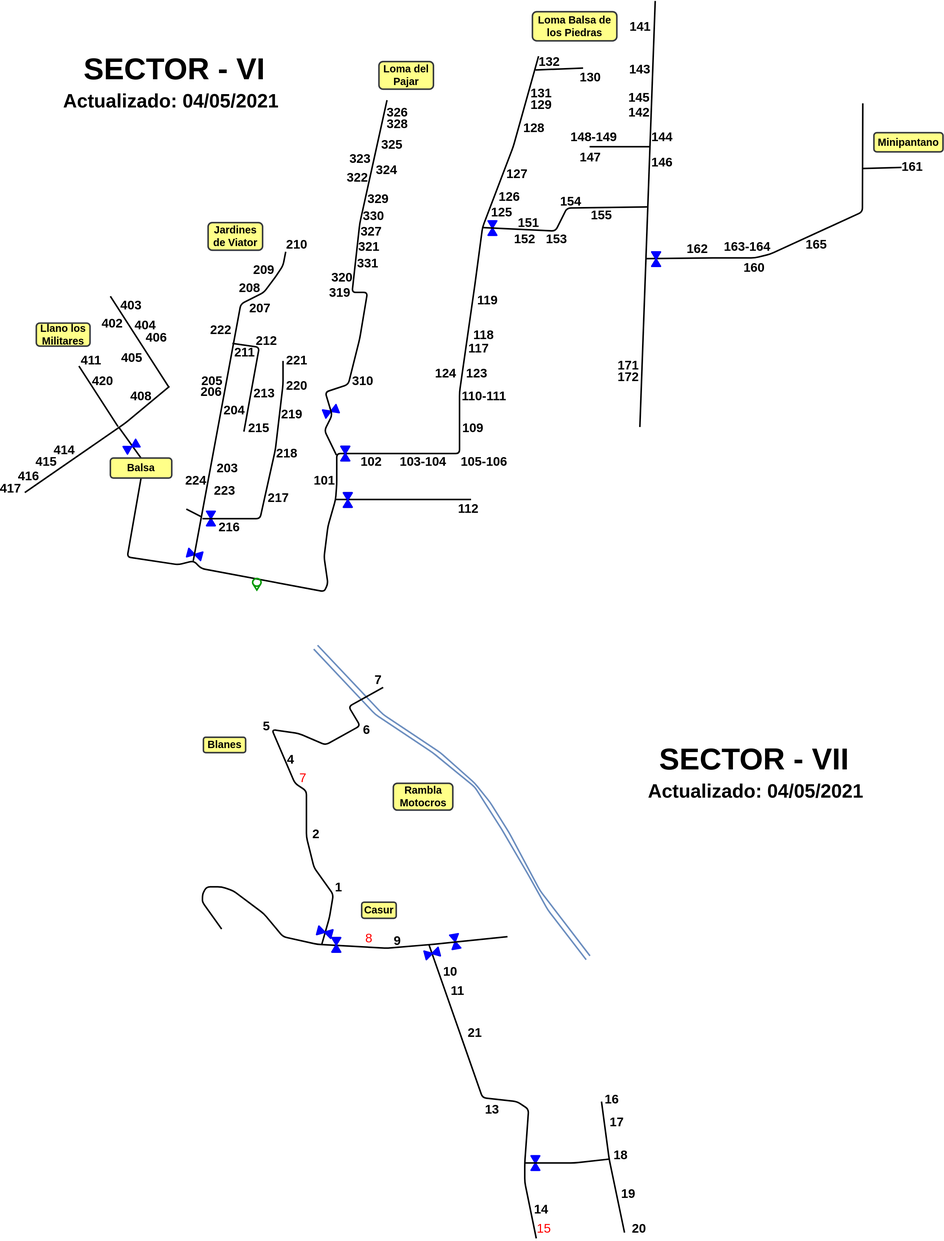
cr4vegas-team/doc-cr4vegas-planos keeps this draw.io diagram as planos-actualizados/plano_VI_VII.svg. Above is the earlier version. Source tidied: cells renumbered, new cells last; positions are measured from the earlier drawing's top-left corner, leaving out a move shared by most shapes.
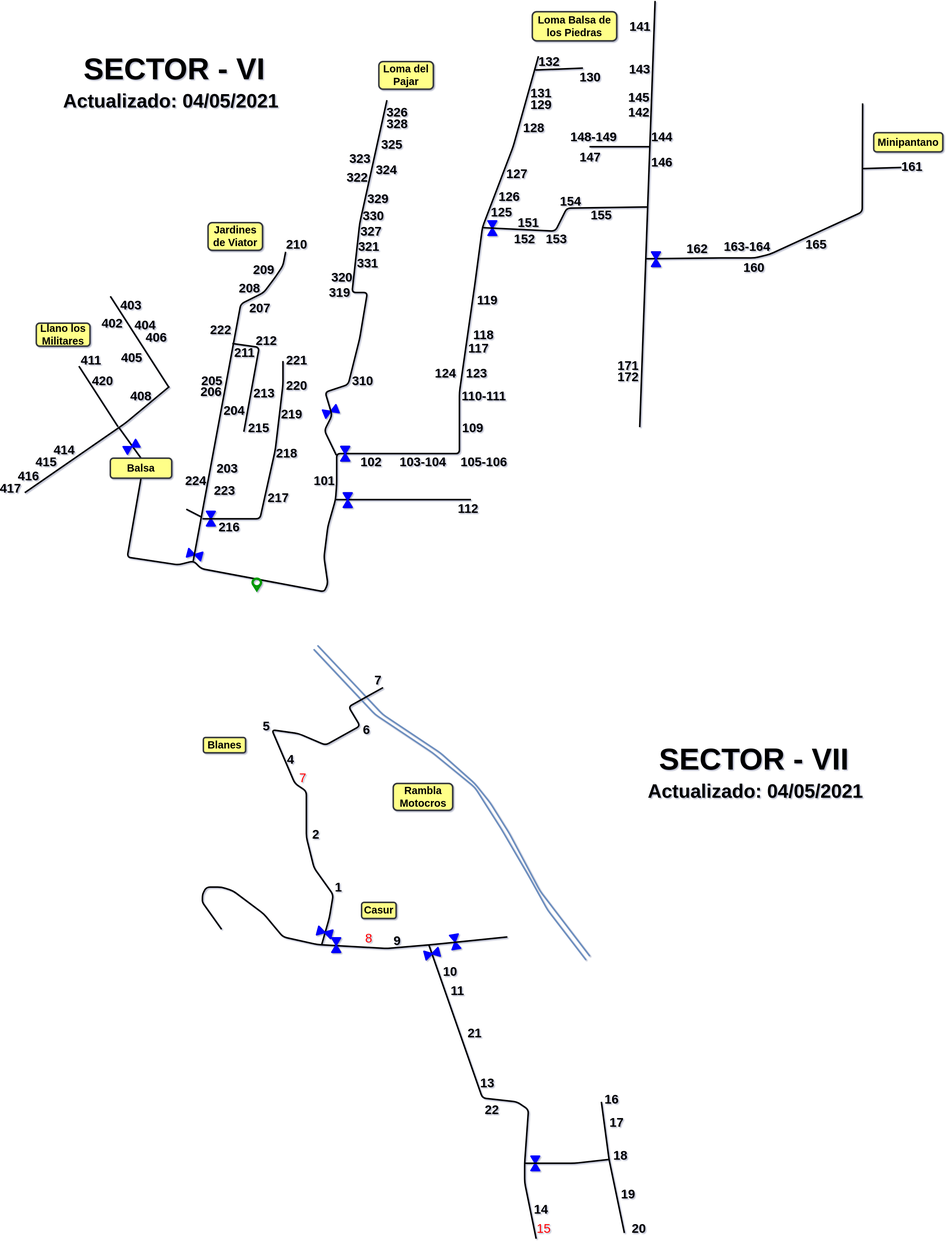
The same file after the commit.

Change to the diagram source:
```diff
@@ -1,4 +1,4 @@
-<mxGraphModel>
+<mxGraphModel shadow="1">
   <root>
     <mxCell id="0" />
     <mxCell id="1" parent="0" />
@@ -578,7 +578,7 @@
     <mxCell id="134" value="16" style="text;html=1;strokeColor=none;fillColor=none;align=center;verticalAlign=middle;whiteSpace=wrap;rounded=0;fontSize=33;fontStyle=1;strokeWidth=4;" parent="1" vertex="1">
       <mxGeometry x="1567" y="2853" width="40" height="20" as="geometry" />
     </mxCell>
-    <mxCell id="135" value="13" style="text;html=1;strokeColor=none;fillColor=none;align=center;verticalAlign=middle;whiteSpace=wrap;rounded=0;fontSize=33;fontStyle=1;strokeWidth=4;" parent="1" vertex="1">
+    <mxCell id="135" value="22" style="text;html=1;strokeColor=none;fillColor=none;align=center;verticalAlign=middle;whiteSpace=wrap;rounded=0;fontSize=33;fontStyle=1;strokeWidth=4;" parent="1" vertex="1">
       <mxGeometry x="1254.5" y="2880" width="40" height="20" as="geometry" />
     </mxCell>
     <mxCell id="136" value="&lt;b&gt;21&lt;/b&gt;" style="text;html=1;strokeColor=none;fillColor=none;align=center;verticalAlign=middle;whiteSpace=wrap;rounded=0;fontSize=33;strokeWidth=4;" parent="1" vertex="1">
@@ -647,7 +647,7 @@
     <mxCell id="156" style="verticalLabelPosition=bottom;align=center;html=1;verticalAlign=top;dashed=0;shape=mxgraph.pid2valves.valve;valveType=gate;defState=closed;strokeWidth=4;fillColor=none;fontSize=17;rotation=-90;strokeColor=#0000FF;" parent="1" vertex="1">
       <mxGeometry x="873.5" y="1169" width="37.5" height="22.5" as="geometry" />
     </mxCell>
-    <mxCell id="157" style="verticalLabelPosition=bottom;align=center;dashed=0;html=1;verticalAlign=top;shape=mxgraph.pid.flow_sensors.rotameter;strokeWidth=4;fontSize=17;rotation=-90;fontColor=#009900;strokeColor=#009900;fillColor=none;" parent="1" vertex="1">
+    <mxCell id="157" style="verticalLabelPosition=bottom;align=center;dashed=0;html=1;verticalAlign=top;shape=mxgraph.pid.flow_sensors.rotameter;strokeWidth=6;fontSize=17;rotation=-90;fontColor=#009900;strokeColor=#009900;fillColor=none;" parent="1" vertex="1">
       <mxGeometry x="646.8" y="1510" width="30" height="22" as="geometry" />
     </mxCell>
     <mxCell id="158" value="&lt;b style=&quot;font-size: 27px&quot;&gt;Balsa&lt;/b&gt;" style="rounded=1;whiteSpace=wrap;html=1;strokeWidth=4;fontSize=27;fillColor=#ffff88;strokeColor=#36393d;" parent="1" vertex="1">
@@ -674,5 +674,8 @@
     <mxCell id="165" style="verticalLabelPosition=bottom;align=center;html=1;verticalAlign=top;dashed=0;shape=mxgraph.pid2valves.valve;valveType=gate;defState=closed;strokeWidth=4;fillColor=none;fontSize=17;rotation=-15;strokeColor=#0000FF;" parent="1" vertex="1">
       <mxGeometry x="1100" y="2472.5" width="37.5" height="22.5" as="geometry" />
     </mxCell>
+    <mxCell id="166" value="13" style="text;html=1;strokeColor=none;fillColor=none;align=center;verticalAlign=middle;whiteSpace=wrap;rounded=0;fontSize=33;fontStyle=1;strokeWidth=4;" parent="1" vertex="1">
+      <mxGeometry x="1243" y="2810" width="40" height="20" as="geometry" />
+    </mxCell>
   </root>
 </mxGraphModel>
```
